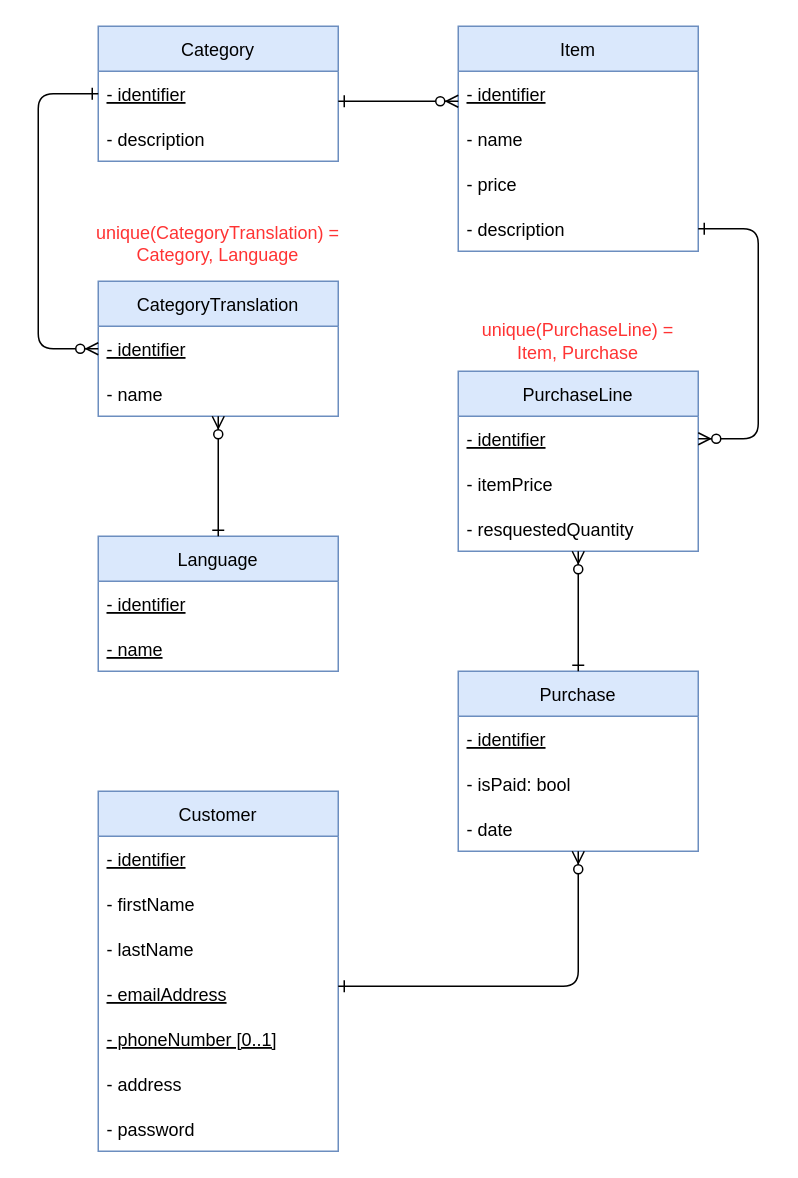
The draw.io diagram diagram/entity_relationship_diagram.drawio in JobeanSmith/Cyberware, before the edit. Source tidied: cells renumbered, new cells numbered last; positions are measured from the earlier drawing's top-left corner, leaving out a move shared by most shapes. Both pictures are drawn from the tidied source at 150%, with x=0, y=0 at pixel (38, 26).
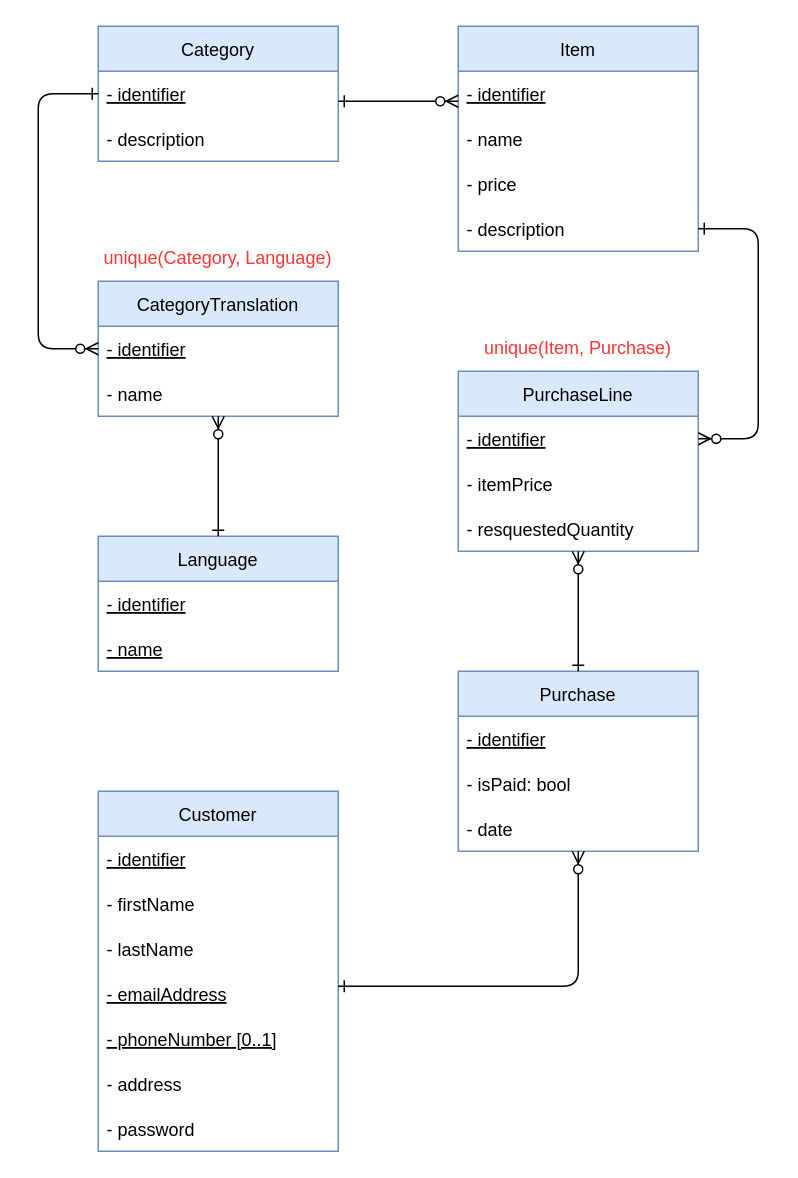
After the change.

Commit message (it also covers changes not shown here):
Report correct

Diff of the diagram source:
```diff
@@
-    <mxCell id="38" value="&lt;font color=&quot;#ff3333&quot;&gt;unique(CategoryTranslation) = Category, Language&lt;/font&gt;" style="text;html=1;strokeColor=none;fillColor=none;align=center;verticalAlign=middle;whiteSpace=wrap;rounded=0;" parent="1" vertex="1">
-      <mxGeometry x="35" y="130" width="170" height="30" as="geometry" />
+    <mxCell id="38" value="&lt;font color=&quot;#ff3333&quot;&gt;unique(&lt;/font&gt;&lt;span style=&quot;color: rgb(255 , 51 , 51)&quot;&gt;Category, Language&lt;/span&gt;&lt;font color=&quot;#ff3333&quot;&gt;)&lt;/font&gt;" style="text;html=1;strokeColor=none;fillColor=none;align=center;verticalAlign=middle;whiteSpace=wrap;rounded=0;" parent="1" vertex="1">
+      <mxGeometry x="40" y="140" width="160" height="30" as="geometry" />
     </mxCell>
-    <mxCell id="39" value="&lt;font color=&quot;#ff3333&quot;&gt;unique(PurchaseLine) = Item, Purchase&lt;/font&gt;" style="text;html=1;strokeColor=none;fillColor=none;align=center;verticalAlign=middle;whiteSpace=wrap;rounded=0;" parent="1" vertex="1">
-      <mxGeometry x="290" y="200" width="140" height="20" as="geometry" />
+    <mxCell id="39" value="&lt;font color=&quot;#ff3333&quot;&gt;unique(&lt;/font&gt;&lt;span style=&quot;color: rgb(255 , 51 , 51)&quot;&gt;Item, Purchase&lt;/span&gt;&lt;font color=&quot;#ff3333&quot;&gt;)&lt;/font&gt;" style="text;html=1;strokeColor=none;fillColor=none;align=center;verticalAlign=middle;whiteSpace=wrap;rounded=0;" parent="1" vertex="1">
+      <mxGeometry x="280" y="200" width="160" height="30" as="geometry" />
     </mxCell>
```
